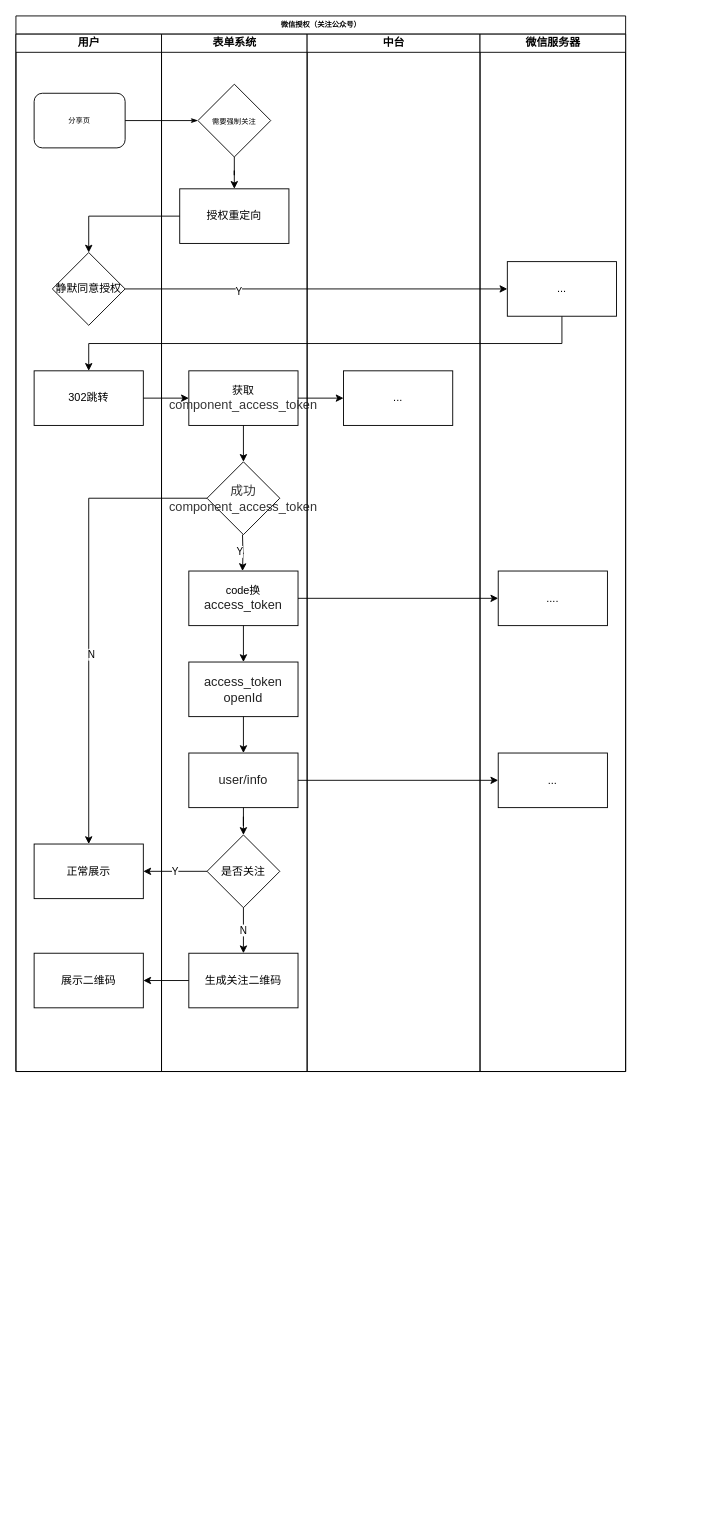
hesimin/drawio keeps this draw.io diagram as eqx-分享微信授权.drawio. Above is the earlier version. Source tidied: cells renumbered, new cells numbered last; positions are measured from the earlier drawing's top-left corner, leaving out a move shared by most shapes. Both pictures are drawn from the tidied source at 91%, with x=0, y=0 at pixel (15, 15).
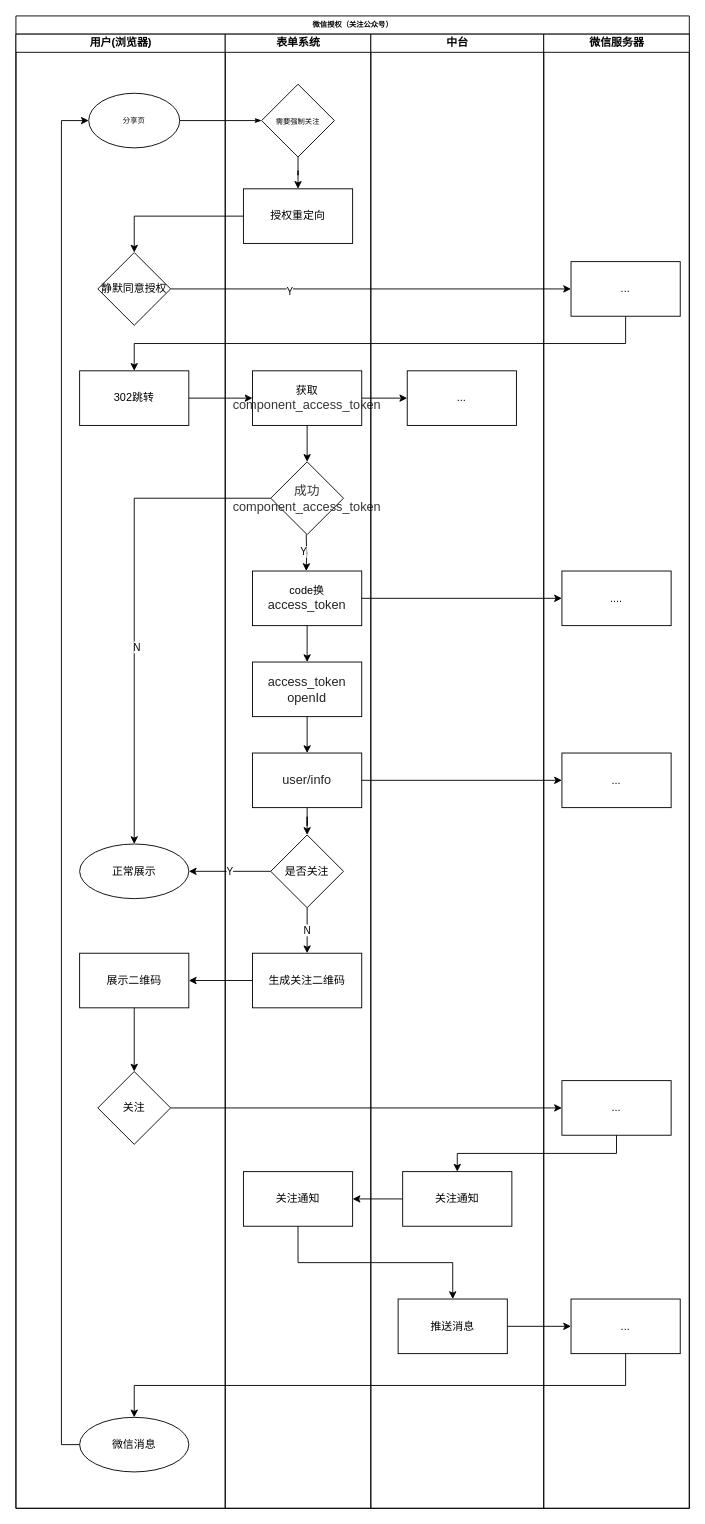
The same diagram, later.

Commit message (it also covers changes not shown here):
更新eqx-分享微信授权.drawio

What changed in the source:
```diff
@@
     <mxCell id="2" value="微信授权（关注公众号）" style="swimlane;html=1;startSize=20;rounded=0;shadow=0;labelBackgroundColor=none;strokeWidth=1;fontFamily=Verdana;fontSize=8;align=center;" parent="1" vertex="1">
-      <mxGeometry width="670" height="1160" as="geometry" />
+      <mxGeometry width="740" height="1640" as="geometry" />
     </mxCell>
-    <mxCell id="3" value="用户" style="swimlane;html=1;startSize=20;" parent="2" vertex="1">
-      <mxGeometry y="20" width="160" height="1140" as="geometry" />
+    <mxCell id="3" value="用户(浏览器)" style="swimlane;html=1;startSize=20;" parent="2" vertex="1">
+      <mxGeometry y="20" width="230" height="1620" as="geometry" />
     </mxCell>
-    <mxCell id="4" value="分享页" style="rounded=1;whiteSpace=wrap;html=1;shadow=0;labelBackgroundColor=none;strokeWidth=1;fontFamily=Verdana;fontSize=8;align=center;" parent="3" vertex="1">
-      <mxGeometry x="20" y="65" width="100" height="60" as="geometry" />
+    <mxCell id="4" value="分享页" style="ellipse;whiteSpace=wrap;html=1;shadow=0;fontFamily=Verdana;fontSize=8;fontColor=#000000;align=center;strokeColor=#000000;strokeWidth=1;fillColor=#ffffff;" parent="3" vertex="1">
+      <mxGeometry x="80" y="65" width="100" height="60" as="geometry" />
     </mxCell>
     <mxCell id="5" value="静默同意授权" style="rhombus;whiteSpace=wrap;html=1;rounded=0;glass=0;" parent="3" vertex="1">
-      <mxGeometry x="40" y="240" width="80" height="80" as="geometry" />
+      <mxGeometry x="90" y="240" width="80" height="80" as="geometry" />
     </mxCell>
     <mxCell id="6" value="302跳转" style="rounded=0;whiteSpace=wrap;html=1;glass=0;" parent="3" vertex="1">
-      <mxGeometry x="20" y="370" width="120" height="60" as="geometry" />
+      <mxGeometry x="70" y="370" width="120" height="60" as="geometry" />
     </mxCell>
-    <mxCell id="7" value="正常展示" style="whiteSpace=wrap;html=1;rounded=0;glass=0;" parent="3" vertex="1">
-      <mxGeometry x="20" y="890" width="120" height="60" as="geometry" />
+    <mxCell id="7" value="正常展示" style="ellipse;whiteSpace=wrap;html=1;fontFamily=Helvetica;fontSize=12;fontColor=#000000;align=center;strokeColor=#000000;fillColor=#ffffff;" parent="3" vertex="1">
+      <mxGeometry x="70" y="890" width="120" height="60" as="geometry" />
     </mxCell>
     <mxCell id="8" value="展示二维码" style="whiteSpace=wrap;html=1;rounded=0;glass=0;" parent="3" vertex="1">
-      <mxGeometry x="20" y="1010" width="120" height="60" as="geometry" />
+      <mxGeometry x="70" y="1010" width="120" height="60" as="geometry" />
     </mxCell>
+    <mxCell id="46" style="edgeStyle=orthogonalEdgeStyle;rounded=0;jettySize=auto;html=1;entryX=0;entryY=0.5;entryDx=0;entryDy=0;exitX=0;exitY=0.5;exitDx=0;exitDy=0;" parent="3" edge="1" source="47" target="4">
+      <mxGeometry relative="1" as="geometry" />
+    </mxCell>
+    <mxCell id="47" value="微信消息" style="ellipse;whiteSpace=wrap;html=1;fontFamily=Helvetica;fontSize=12;fontColor=#000000;align=center;strokeColor=#000000;fillColor=#ffffff;" parent="3" vertex="1">
+      <mxGeometry x="70" y="1520" width="120" height="60" as="geometry" />
+    </mxCell>
@@
     <mxCell id="15" value="表单系统" style="swimlane;html=1;startSize=20;" parent="2" vertex="1">
-      <mxGeometry x="160" y="20" width="160" height="1140" as="geometry" />
+      <mxGeometry x="230" y="20" width="160" height="1620" as="geometry" />
     </mxCell>
@@
+    <mxCell id="48" value="&lt;span&gt;关注通知&lt;/span&gt;" style="whiteSpace=wrap;html=1;rounded=0;glass=0;" parent="15" vertex="1">
+      <mxGeometry x="20" y="1250" width="120" height="60" as="geometry" />
+    </mxCell>
@@
     <mxCell id="34" value="中台" style="swimlane;html=1;startSize=20;" parent="2" vertex="1">
-      <mxGeometry x="320" y="20" width="190" height="1140" as="geometry" />
+      <mxGeometry x="390" y="20" width="190" height="1620" as="geometry" />
     </mxCell>
@@
+    <mxCell id="49" value="关注通知" style="whiteSpace=wrap;html=1;rounded=0;glass=0;" parent="34" vertex="1">
+      <mxGeometry x="35" y="1250" width="120" height="60" as="geometry" />
+    </mxCell>
+    <mxCell id="50" value="推送消息" style="whiteSpace=wrap;html=1;rounded=0;glass=0;" parent="34" vertex="1">
+      <mxGeometry x="30" y="1390" width="120" height="60" as="geometry" />
+    </mxCell>
     <mxCell id="36" value="微信服务器" style="swimlane;html=1;startSize=20;" parent="2" vertex="1">
-      <mxGeometry x="510" y="20" width="160" height="1140" as="geometry" />
+      <mxGeometry x="580" y="20" width="160" height="1620" as="geometry" />
     </mxCell>
@@
+    <mxCell id="51" value="..." style="whiteSpace=wrap;html=1;rounded=0;glass=0;" parent="36" vertex="1">
+      <mxGeometry x="20" y="1150" width="120" height="60" as="geometry" />
+    </mxCell>
+    <mxCell id="52" value="..." style="whiteSpace=wrap;html=1;rounded=0;glass=0;" parent="36" vertex="1">
+      <mxGeometry x="30" y="1390" width="120" height="60" as="geometry" />
+    </mxCell>
@@
+    <mxCell id="53" style="edgeStyle=orthogonalEdgeStyle;rounded=0;jettySize=auto;html=1;exitX=0.5;exitY=1;exitDx=0;exitDy=0;" parent="2" edge="1" source="51" target="49">
+      <mxGeometry relative="1" as="geometry" />
+    </mxCell>
+    <mxCell id="54" style="edgeStyle=orthogonalEdgeStyle;rounded=0;jettySize=auto;html=1;" parent="2" edge="1" source="49" target="48">
+      <mxGeometry relative="1" as="geometry" />
+    </mxCell>
+    <mxCell id="55" style="edgeStyle=orthogonalEdgeStyle;rounded=0;jettySize=auto;html=1;exitX=0.5;exitY=1;exitDx=0;exitDy=0;" parent="2" edge="1" source="52" target="47">
+      <mxGeometry relative="1" as="geometry" />
+    </mxCell>
+    <mxCell id="56" style="edgeStyle=orthogonalEdgeStyle;rounded=0;jettySize=auto;html=1;exitX=0.5;exitY=1;exitDx=0;exitDy=0;" parent="2" edge="1" source="48" target="50">
+      <mxGeometry relative="1" as="geometry" />
+    </mxCell>
+    <mxCell id="57" style="edgeStyle=orthogonalEdgeStyle;rounded=0;jettySize=auto;html=1;" parent="2" edge="1" source="50" target="52">
+      <mxGeometry relative="1" as="geometry" />
+    </mxCell>
+    <mxCell id="58" style="edgeStyle=orthogonalEdgeStyle;rounded=0;jettySize=auto;html=1;" parent="1" edge="1" source="59" target="51">
+      <mxGeometry relative="1" as="geometry" />
+    </mxCell>
+    <mxCell id="59" value="关注" style="rhombus;whiteSpace=wrap;html=1;rounded=0;glass=0;" parent="1" vertex="1">
+      <mxGeometry x="90" y="1160" width="80" height="80" as="geometry" />
+    </mxCell>
+    <mxCell id="60" style="edgeStyle=orthogonalEdgeStyle;rounded=0;jettySize=auto;html=1;" parent="1" edge="1" source="8" target="59">
+      <mxGeometry relative="1" as="geometry" />
+    </mxCell>
```
